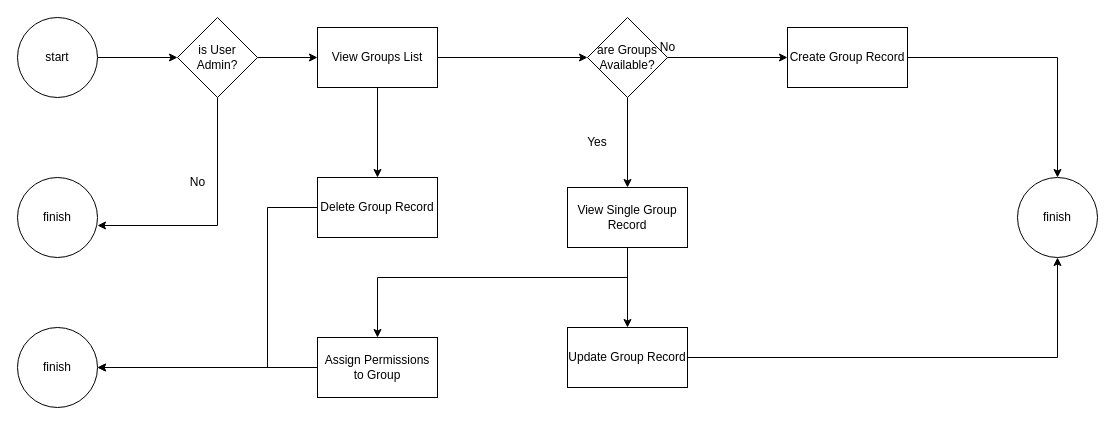
Mitch-mts/process-flows keeps this draw.io diagram as Groups.drawio. Above is the earlier version. Source tidied: cells renumbered, new cells numbered last; positions are measured from the earlier drawing's top-left corner, leaving out a move shared by most shapes. Both pictures are drawn from the tidied source at 100%, with x=0, y=0 at pixel (17, 17).
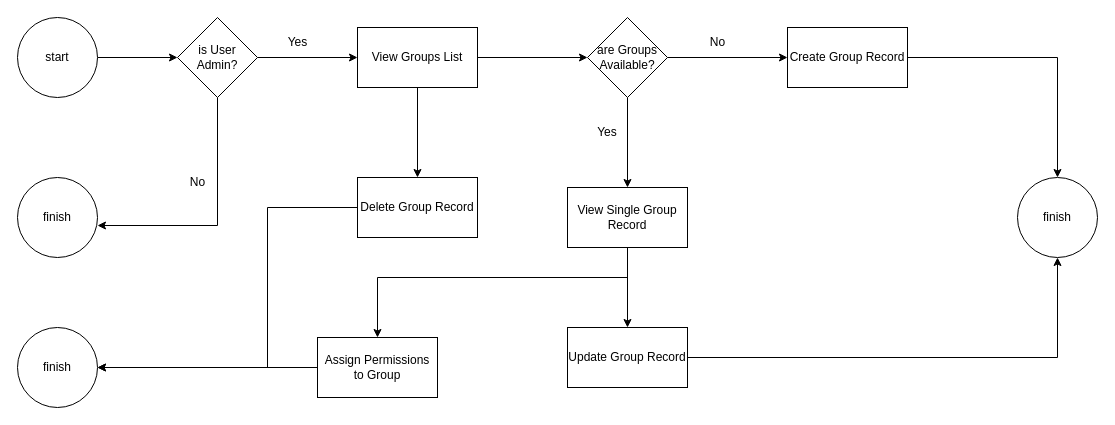
After the change.

What changed in the source:
```diff
@@
     <mxCell id="11" value="View Groups List" style="whiteSpace=wrap;html=1;" parent="1" vertex="1">
-      <mxGeometry x="300" y="10" width="120" height="60" as="geometry" />
+      <mxGeometry x="340" y="10" width="120" height="60" as="geometry" />
     </mxCell>
@@
     <mxCell id="20" value="Yes" style="text;html=1;strokeColor=none;fillColor=none;align=center;verticalAlign=middle;whiteSpace=wrap;rounded=0;" parent="1" vertex="1">
-      <mxGeometry x="550" y="110" width="60" height="30" as="geometry" />
+      <mxGeometry x="560" y="100" width="60" height="30" as="geometry" />
     </mxCell>
     <mxCell id="21" value="No" style="text;html=1;align=center;verticalAlign=middle;strokeColor=none;fillColor=none;" parent="1" vertex="1">
-      <mxGeometry x="630" y="15" width="40" height="30" as="geometry" />
+      <mxGeometry x="680" y="10" width="40" height="30" as="geometry" />
     </mxCell>
@@
     <mxCell id="23" value="Delete Group Record" style="whiteSpace=wrap;html=1;" parent="1" vertex="1">
-      <mxGeometry x="300" y="160" width="120" height="60" as="geometry" />
+      <mxGeometry x="340" y="160" width="120" height="60" as="geometry" />
     </mxCell>
@@
+    <mxCell id="30" value="Yes" style="text;html=1;align=center;verticalAlign=middle;strokeColor=none;fillColor=none;" parent="1" vertex="1">
+      <mxGeometry x="260" y="10" width="40" height="30" as="geometry" />
+    </mxCell>
```
